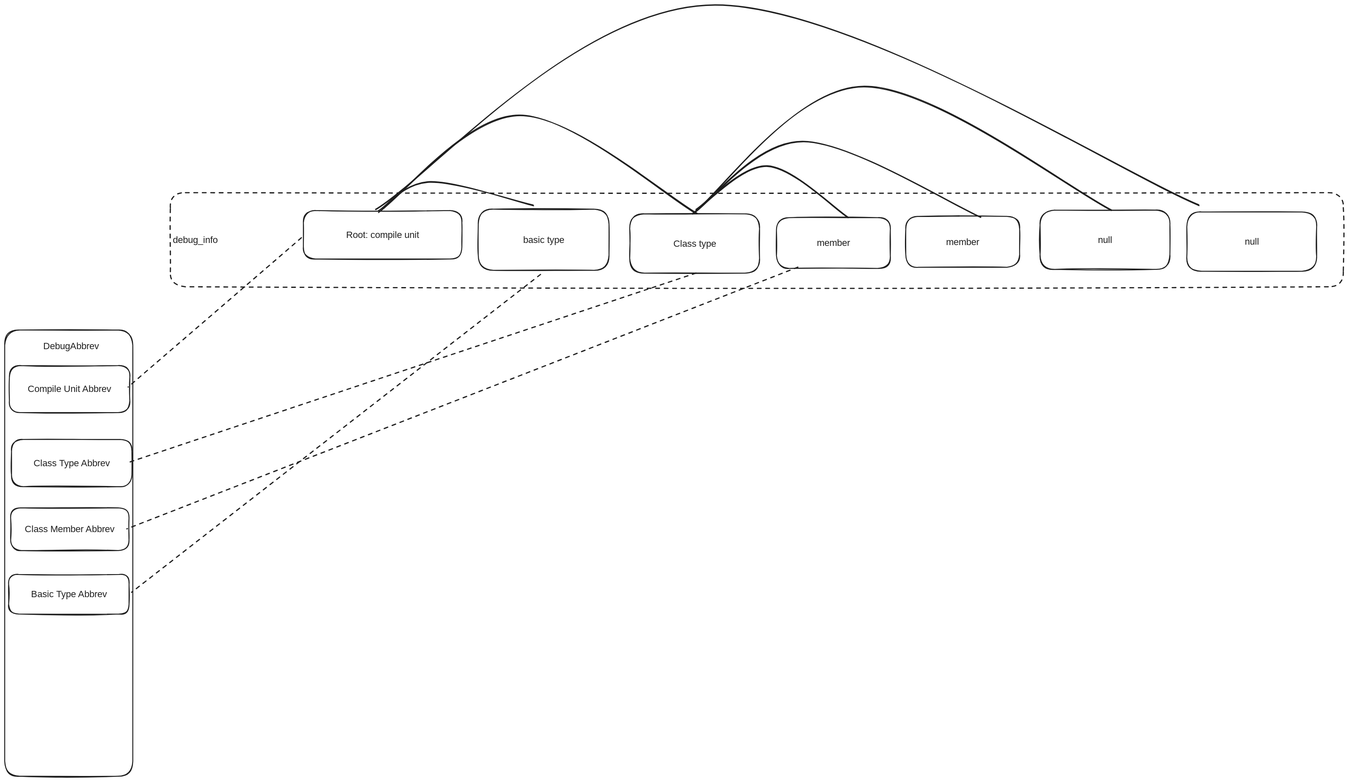
Earlier version of the Excalidraw export docs/tech/debug_symbol/debugSymbol.excalidraw.svg (HerrCai0907/warpo). Source tidied: one line per element, renumbered; positions are measured from the earlier drawing's top-left corner, leaving out a move shared by most shapes.
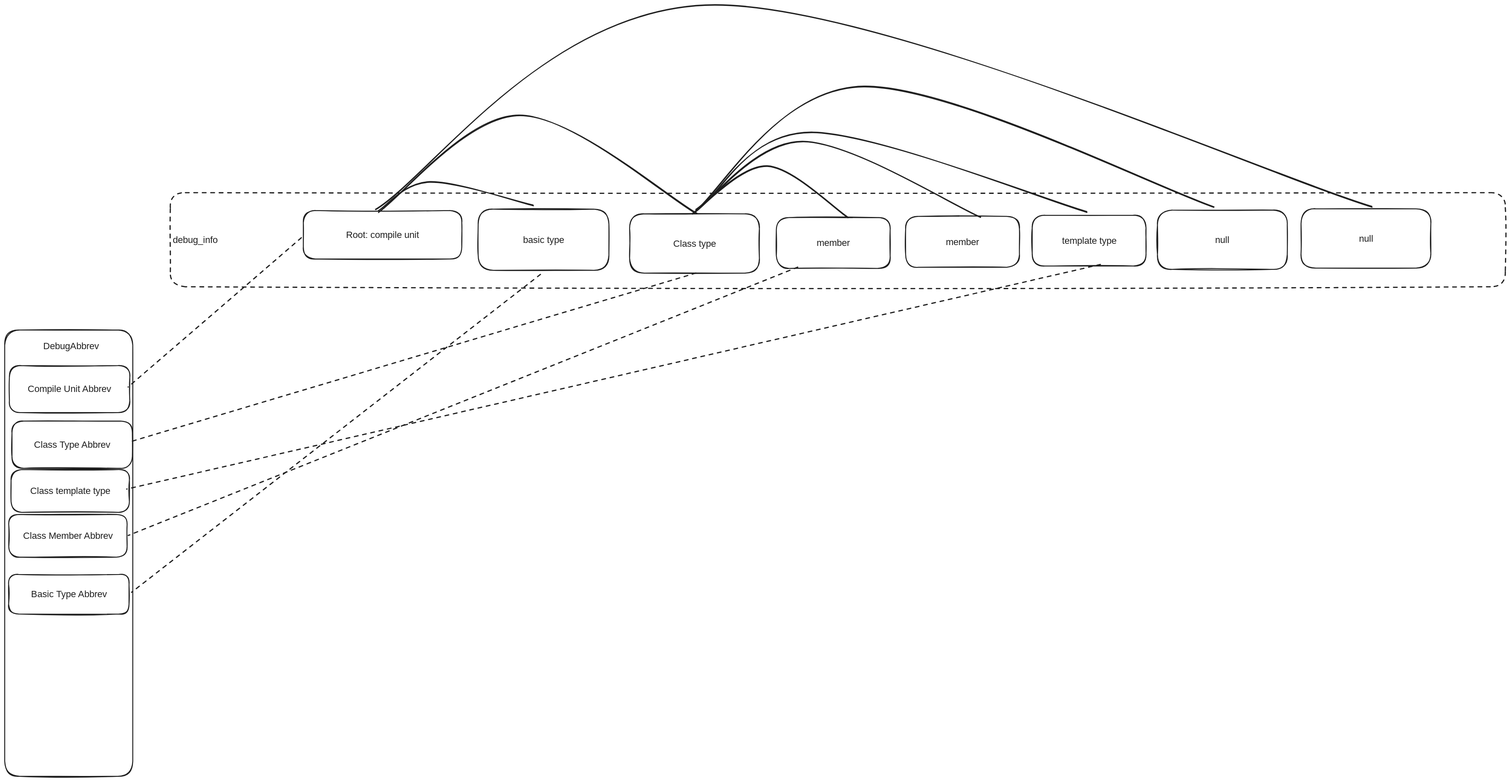
Later version of the same file.

What changed in the source:
```diff
@@ -5,32 +5,38 @@
 {"id": 4, "type": "rectangle", "strokeColor": "#1e1e1e", "strokeWidth": 2, "roughness": 1, "round": true, "x": 10, "y": 766, "width": 256, "height": 100}
 {"id": 5, "type": "text", "text": "Compile Unit Abbrev", "strokeColor": "#1e1e1e", "strokeWidth": 2, "strokeStyle": "dashed", "roughness": 1, "fontSize": 20, "fontFamily": 6, "textAlign": "center", "verticalAlign": "middle", "inside": 4, "x": 44, "y": 802, "width": 189, "height": 27}
 {"id": 6, "type": "line", "strokeColor": "#1e1e1e", "strokeWidth": 2, "strokeStyle": "dashed", "roughness": 1, "round": true, "x": 630, "y": 494, "width": 367, "height": 318, "points": [[0, 0], [-367, 318]]}
-{"id": 7, "type": "rectangle", "strokeColor": "#1e1e1e", "strokeWidth": 2, "strokeStyle": "dashed", "roughness": 1, "round": true, "x": 352, "y": 399, "width": 2494, "height": 200}
+{"id": 7, "type": "rectangle", "strokeColor": "#1e1e1e", "strokeWidth": 2, "strokeStyle": "dashed", "roughness": 1, "round": true, "x": 352, "y": 399, "width": 2839, "height": 200}
 {"id": 8, "type": "text", "text": "debug_info", "strokeColor": "#1e1e1e", "strokeWidth": 2, "strokeStyle": "dashed", "roughness": 1, "fontSize": 20, "fontFamily": 6, "verticalAlign": "middle", "inside": 7, "x": 357, "y": 485, "width": 101, "height": 27}
-{"id": 9, "type": "rectangle", "strokeColor": "#1e1e1e", "strokeWidth": 2, "roughness": 1, "round": true, "x": 14, "y": 923, "width": 256, "height": 100}
+{"id": 9, "type": "rectangle", "strokeColor": "#1e1e1e", "strokeWidth": 2, "roughness": 1, "round": true, "x": 15, "y": 884, "width": 256, "height": 100}
-{"id": 10, "type": "text", "text": "Class Type Abbrev", "strokeColor": "#1e1e1e", "strokeWidth": 2, "strokeStyle": "dashed", "roughness": 1, "fontSize": 20, "fontFamily": 6, "textAlign": "center", "verticalAlign": "middle", "inside": 9, "x": 58, "y": 960, "width": 170, "height": 27}
+{"id": 10, "type": "text", "text": "Class Type Abbrev", "strokeColor": "#1e1e1e", "strokeWidth": 2, "strokeStyle": "dashed", "roughness": 1, "fontSize": 20, "fontFamily": 6, "textAlign": "center", "verticalAlign": "middle", "inside": 9, "x": 59, "y": 921, "width": 170, "height": 27}
-{"id": 11, "type": "rectangle", "strokeColor": "#1e1e1e", "strokeWidth": 2, "roughness": 1, "round": true, "x": 13, "y": 1069, "width": 252, "height": 91}
+{"id": 11, "type": "rectangle", "strokeColor": "#1e1e1e", "strokeWidth": 2, "roughness": 1, "round": true, "x": 9, "y": 1083, "width": 252, "height": 91}
-{"id": 12, "type": "text", "text": "Class Member Abbrev", "strokeColor": "#1e1e1e", "strokeWidth": 2, "strokeStyle": "dashed", "roughness": 1, "fontSize": 20, "fontFamily": 6, "textAlign": "center", "verticalAlign": "middle", "inside": 11, "x": 38, "y": 1100, "width": 201, "height": 27}
+{"id": 12, "type": "text", "text": "Class Member Abbrev", "strokeColor": "#1e1e1e", "strokeWidth": 2, "strokeStyle": "dashed", "roughness": 1, "fontSize": 20, "fontFamily": 6, "textAlign": "center", "verticalAlign": "middle", "inside": 11, "x": 34, "y": 1114, "width": 201, "height": 27}
 {"id": 13, "type": "rectangle", "strokeColor": "#1e1e1e", "strokeWidth": 2, "roughness": 1, "round": true, "x": 8, "y": 1210, "width": 256, "height": 84}
 {"id": 14, "type": "text", "text": "Basic Type Abbrev", "strokeColor": "#1e1e1e", "strokeWidth": 2, "strokeStyle": "dashed", "roughness": 1, "fontSize": 20, "fontFamily": 6, "textAlign": "center", "verticalAlign": "middle", "inside": 13, "x": 52, "y": 1239, "width": 168, "height": 27}
 {"id": 15, "type": "rectangle", "strokeColor": "#1e1e1e", "strokeWidth": 2, "roughness": 1, "round": true, "x": 1329, "y": 444, "width": 276, "height": 126}
 {"id": 16, "type": "text", "text": "Class type", "strokeColor": "#1e1e1e", "strokeWidth": 2, "roughness": 1, "fontSize": 20, "fontFamily": 6, "textAlign": "center", "verticalAlign": "middle", "inside": 15, "x": 1419, "y": 493, "width": 95, "height": 27}
-{"id": 17, "type": "rectangle", "strokeColor": "#1e1e1e", "strokeWidth": 2, "roughness": 1, "round": true, "x": 2513, "y": 440, "width": 276, "height": 126}
+{"id": 17, "type": "rectangle", "strokeColor": "#1e1e1e", "strokeWidth": 2, "roughness": 1, "round": true, "x": 2757, "y": 433, "width": 276, "height": 126}
-{"id": 18, "type": "text", "text": "null", "strokeColor": "#1e1e1e", "strokeWidth": 2, "roughness": 1, "fontSize": 20, "fontFamily": 6, "textAlign": "center", "verticalAlign": "middle", "inside": 17, "x": 2634, "y": 489, "width": 35, "height": 27}
+{"id": 18, "type": "text", "text": "null", "strokeColor": "#1e1e1e", "strokeWidth": 2, "roughness": 1, "fontSize": 20, "fontFamily": 6, "textAlign": "center", "verticalAlign": "middle", "inside": 17, "x": 2877, "y": 482, "width": 35, "height": 27}
 {"id": 19, "type": "line", "strokeColor": "#1e1e1e", "strokeWidth": 2, "strokeStyle": "dashed", "roughness": 1, "round": true, "x": 1140, "y": 572, "width": 870, "height": 677, "points": [[0, 0], [-870, 677]]}
 {"id": 20, "type": "rectangle", "strokeColor": "#1e1e1e", "strokeWidth": 2, "roughness": 1, "round": true, "x": 1007, "y": 434, "width": 278, "height": 130}
 {"id": 21, "type": "text", "text": "basic type", "strokeColor": "#1e1e1e", "strokeWidth": 2, "roughness": 1, "fontSize": 20, "fontFamily": 6, "textAlign": "center", "verticalAlign": "middle", "inside": 20, "x": 1100, "y": 485, "width": 91, "height": 27}
-{"id": 22, "type": "line", "strokeColor": "#1e1e1e", "strokeWidth": 2, "strokeStyle": "dashed", "roughness": 1, "round": true, "x": 1470, "y": 570, "width": 1203, "height": 401, "points": [[0, 0], [-1203, 401]]}
+{"id": 22, "type": "line", "strokeColor": "#1e1e1e", "strokeWidth": 2, "strokeStyle": "dashed", "roughness": 1, "round": true, "x": 1470, "y": 570, "width": 1202, "height": 358, "points": [[0, 0], [-1202, 358]]}
 {"id": 23, "type": "rectangle", "strokeColor": "#1e1e1e", "strokeWidth": 2, "roughness": 1, "round": true, "x": 1641, "y": 452, "width": 242, "height": 108}
 {"id": 24, "type": "text", "text": "member", "strokeColor": "#1e1e1e", "strokeWidth": 2, "roughness": 1, "fontSize": 20, "fontFamily": 6, "textAlign": "center", "verticalAlign": "middle", "inside": 23, "x": 1724, "y": 492, "width": 75, "height": 27}
 {"id": 25, "type": "rectangle", "strokeColor": "#1e1e1e", "strokeWidth": 2, "roughness": 1, "round": true, "x": 1916, "y": 449, "width": 242, "height": 108}
 {"id": 26, "type": "text", "text": "member", "strokeColor": "#1e1e1e", "strokeWidth": 2, "roughness": 1, "fontSize": 20, "fontFamily": 6, "textAlign": "center", "verticalAlign": "middle", "inside": 25, "x": 1999, "y": 490, "width": 75, "height": 27}
 {"id": 27, "type": "line", "strokeColor": "#1e1e1e", "strokeWidth": 2, "roughness": 1, "round": true, "x": 1471, "y": 444, "width": 676, "height": 210, "points": [[0, 0], [-375, -210], [-676, -4]]}
-{"id": 28, "type": "line", "strokeColor": "#1e1e1e", "strokeWidth": 2, "roughness": 1, "round": true, "x": 1463, "y": 444, "width": 890, "height": 272, "points": [[0, 0], [365, -272], [890, -8]]}
+{"id": 28, "type": "line", "strokeColor": "#1e1e1e", "strokeWidth": 2, "roughness": 1, "round": true, "x": 1463, "y": 444, "width": 1108, "height": 272, "points": [[0, 0], [365, -272], [1108, -15]]}
 {"id": 29, "type": "line", "strokeColor": "#1e1e1e", "strokeWidth": 2, "roughness": 1, "round": true, "x": 795, "y": 437, "width": 330, "height": 62, "points": [[0, 0], [109, -62], [330, -11]]}
 {"id": 30, "type": "line", "strokeColor": "#1e1e1e", "strokeWidth": 2, "roughness": 1, "round": true, "x": 1471, "y": 436, "width": 322, "height": 110, "points": [[0, 0], [150, -94], [322, 16]]}
 {"id": 31, "type": "line", "strokeColor": "#1e1e1e", "strokeWidth": 2, "roughness": 1, "round": true, "x": 1463, "y": 443, "width": 612, "height": 162, "points": [[0, 0], [235, -153], [612, 8]]}
-{"id": 32, "type": "rectangle", "strokeColor": "#1e1e1e", "strokeWidth": 2, "roughness": 1, "round": true, "x": 2201, "y": 436, "width": 276, "height": 126}
+{"id": 32, "type": "rectangle", "strokeColor": "#1e1e1e", "strokeWidth": 2, "roughness": 1, "round": true, "x": 2451, "y": 436, "width": 276, "height": 126}
-{"id": 33, "type": "text", "text": "null", "strokeColor": "#1e1e1e", "strokeWidth": 2, "roughness": 1, "fontSize": 20, "fontFamily": 6, "textAlign": "center", "verticalAlign": "middle", "inside": 32, "x": 2322, "y": 485, "width": 35, "height": 27}
+{"id": 33, "type": "text", "text": "null", "strokeColor": "#1e1e1e", "strokeWidth": 2, "roughness": 1, "fontSize": 20, "fontFamily": 6, "textAlign": "center", "verticalAlign": "middle", "inside": 32, "x": 2572, "y": 485, "width": 35, "height": 27}
-{"id": 34, "type": "line", "strokeColor": "#1e1e1e", "strokeWidth": 2, "roughness": 1, "round": true, "x": 789, "y": 434, "width": 1750, "height": 434, "points": [[0, 0], [721, -434], [1750, -8]]}
+{"id": 34, "type": "line", "strokeColor": "#1e1e1e", "strokeWidth": 2, "roughness": 1, "round": true, "x": 789, "y": 434, "width": 2118, "height": 434, "points": [[0, 0], [721, -434], [2118, -5]]}
-{"id": 35, "type": "line", "strokeColor": "#1e1e1e", "strokeWidth": 2, "strokeStyle": "dashed", "roughness": 1, "round": true, "x": 1686, "y": 556, "width": 1426, "height": 557, "points": [[0, 0], [-1426, 557]]}
+{"id": 35, "type": "line", "strokeColor": "#1e1e1e", "strokeWidth": 2, "strokeStyle": "dashed", "roughness": 1, "round": true, "x": 1686, "y": 556, "width": 1423, "height": 571, "points": [[0, 0], [-1423, 571]]}
+{"id": 36, "type": "rectangle", "strokeColor": "#1e1e1e", "strokeWidth": 2, "roughness": 1, "round": true, "x": 14, "y": 987, "width": 252, "height": 91}
+{"id": 37, "type": "text", "text": "Class template type", "strokeColor": "#1e1e1e", "strokeWidth": 2, "strokeStyle": "dashed", "roughness": 1, "fontSize": 20, "fontFamily": 6, "textAlign": "center", "verticalAlign": "middle", "inside": 36, "x": 49, "y": 1019, "width": 181, "height": 27}
+{"id": 38, "type": "rectangle", "strokeColor": "#1e1e1e", "strokeWidth": 2, "roughness": 1, "round": true, "x": 2185, "y": 447, "width": 242, "height": 108}
+{"id": 39, "type": "text", "text": "template type", "strokeColor": "#1e1e1e", "strokeWidth": 2, "roughness": 1, "fontSize": 20, "fontFamily": 6, "textAlign": "center", "verticalAlign": "middle", "inside": 38, "x": 2243, "y": 487, "width": 126, "height": 27}
+{"id": 40, "type": "line", "strokeColor": "#1e1e1e", "strokeWidth": 2, "roughness": 1, "round": true, "x": 1485, "y": 423, "width": 815, "height": 170, "points": [[0, 0], [235, -153], [815, 17]]}
+{"id": 41, "type": "line", "strokeColor": "#1e1e1e", "strokeWidth": 2, "strokeStyle": "dashed", "roughness": 1, "round": true, "x": 2331, "y": 551, "width": 2071, "height": 476, "points": [[0, 0], [-2071, 476]]}
```
